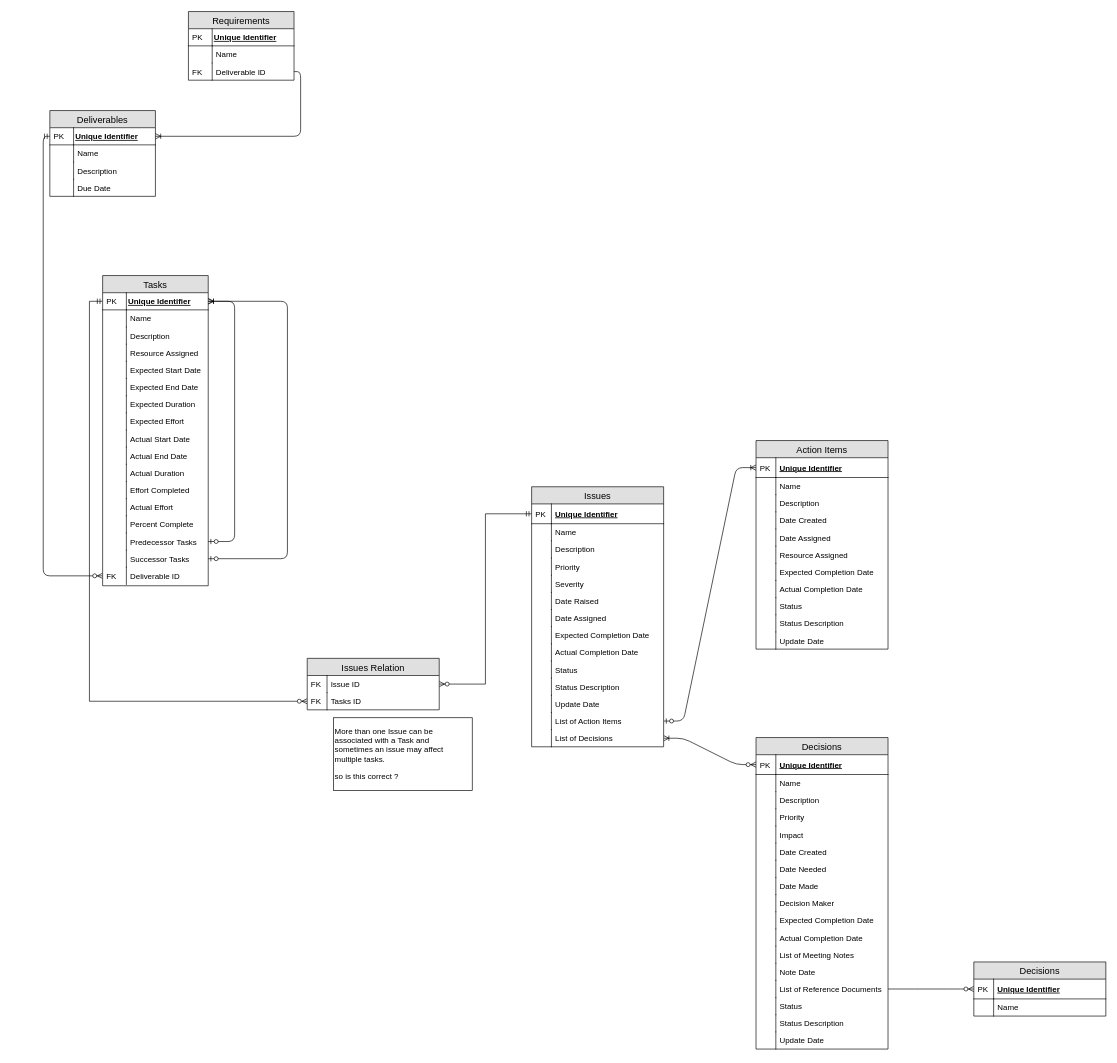
This is ERD.drawio from alicebalayan/comp380---project3, a draw.io file, before an edit. Source tidied: cells renumbered, new cells numbered last; positions are measured from the earlier drawing's top-left corner, leaving out a move shared by most shapes. Both pictures are drawn from the tidied source at 66%, with x=0, y=0 at pixel (50, 11).
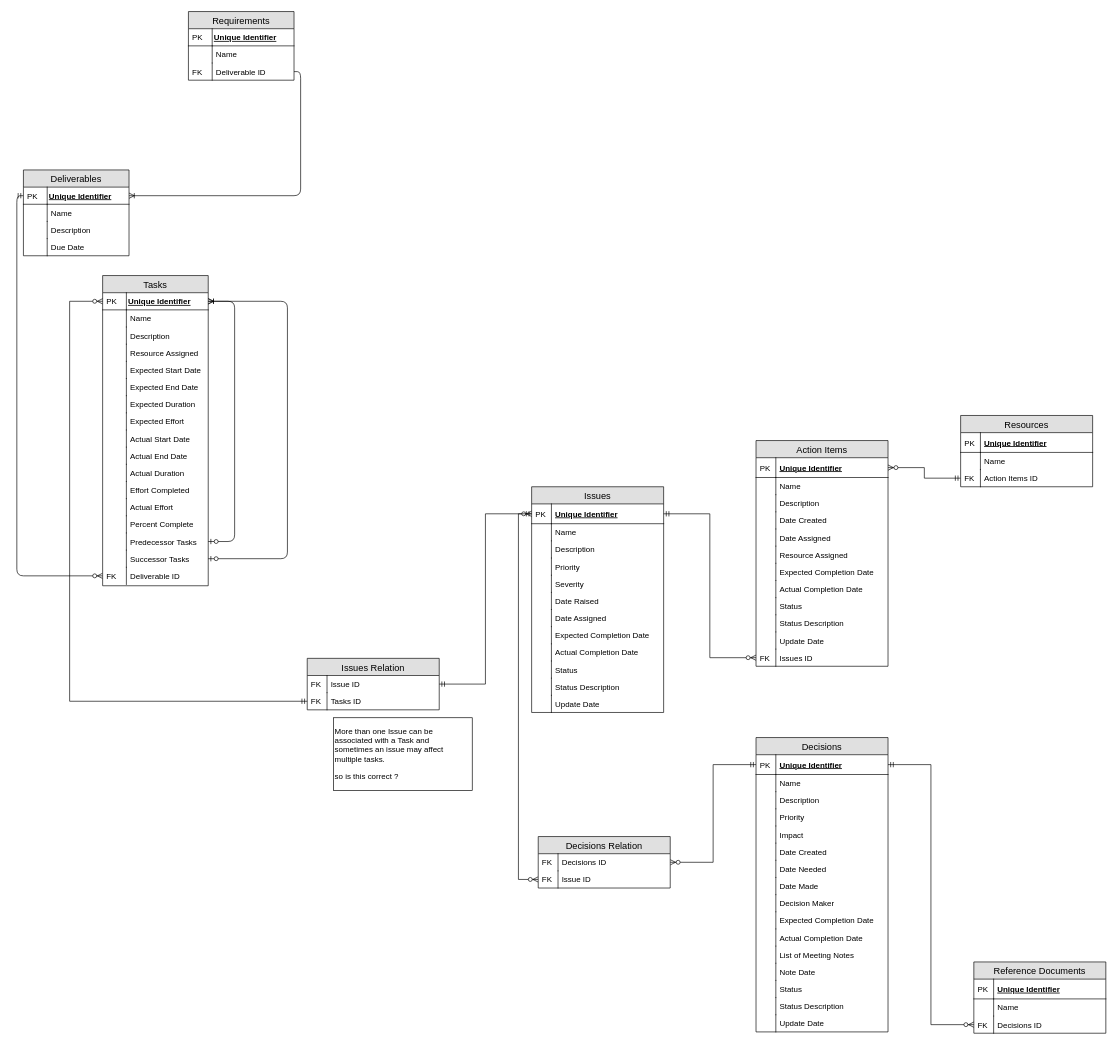
Above is the later version.

The change refers to these unchanged cells:
```xml
<mxCell id="5" value="Unique Identifier" style="shape=partialRectangle;top=0;left=0;right=0;bottom=1;align=left;verticalAlign=middle;fillColor=none;spacingLeft=34;spacingRight=4;overflow=hidden;points=[[0,0.5],[1,0.5]];portConstraint=eastwest;fontStyle=5;fontSize=12;" parent="4" vertex="1">
  <mxGeometry y="26" width="200" height="30" as="geometry" />
</mxCell>
<mxCell id="44" value="Unique Identifier" style="shape=partialRectangle;top=0;left=0;right=0;bottom=1;align=left;verticalAlign=middle;fillColor=none;spacingLeft=34;spacingRight=4;overflow=hidden;points=[[0,0.5],[1,0.5]];portConstraint=eastwest;fontStyle=5;fontSize=12;" parent="43" vertex="1">
  <mxGeometry y="26" width="200" height="30" as="geometry" />
</mxCell>
<mxCell id="80" value="Unique Identifier" style="shape=partialRectangle;top=0;left=0;right=0;bottom=1;align=left;verticalAlign=middle;fillColor=none;spacingLeft=34;spacingRight=4;overflow=hidden;points=[[0,0.5],[1,0.5]];portConstraint=eastwest;fontStyle=5;fontSize=12;" parent="79" vertex="1">
  <mxGeometry y="26" width="200" height="30" as="geometry" />
</mxCell>
<mxCell id="103" value="Unique Identifier" style="shape=partialRectangle;top=0;left=0;right=0;bottom=1;align=left;verticalAlign=middle;fillColor=none;spacingLeft=34;spacingRight=4;overflow=hidden;points=[[0,0.5],[1,0.5]];portConstraint=eastwest;fontStyle=5;fontSize=12;" parent="102" vertex="1">
  <mxGeometry y="26" width="200" height="30" as="geometry" />
</mxCell>
<mxCell id="119" value="Issue ID" style="shape=partialRectangle;top=0;left=0;right=0;bottom=0;align=left;verticalAlign=top;fillColor=none;spacingLeft=34;spacingRight=4;overflow=hidden;points=[[0,0.5],[1,0.5]];portConstraint=eastwest;fontSize=12;" parent="118" vertex="1">
  <mxGeometry y="26" width="200" height="26" as="geometry" />
</mxCell>
<mxCell id="121" value="Tasks ID" style="shape=partialRectangle;top=0;left=0;right=0;bottom=0;align=left;verticalAlign=top;fillColor=none;spacingLeft=34;spacingRight=4;overflow=hidden;points=[[0,0.5],[1,0.5]];portConstraint=eastwest;fontSize=12;" parent="118" vertex="1">
  <mxGeometry y="52" width="200" height="26" as="geometry" />
</mxCell>
<mxCell id="124" value="Unique Identifier" style="shape=partialRectangle;top=0;left=0;right=0;bottom=1;align=left;verticalAlign=middle;fillColor=none;spacingLeft=37;spacingRight=4;overflow=hidden;points=[[0,0.5],[1,0.5]];portConstraint=eastwest;fontStyle=5;" parent="123" vertex="1">
  <mxGeometry y="26" width="160" height="26" as="geometry" />
</mxCell>
```

The edit, as a diff of the source:
```diff
@@
-    <mxCell id="2" style="edgeStyle=entityRelationEdgeStyle;fontSize=12;html=1;endArrow=ERoneToMany;startArrow=ERzeroToOne;exitX=1;exitY=0.5;exitDx=0;exitDy=0;entryX=0;entryY=0.5;entryDx=0;entryDy=0;" parent="1" edge="1" source="29" target="80">
-      <mxGeometry relative="1" as="geometry" />
-    </mxCell>
-    <mxCell id="3" style="edgeStyle=entityRelationEdgeStyle;fontSize=12;html=1;endArrow=ERzeroToMany;startArrow=ERoneToMany;entryX=0;entryY=0.5;entryDx=0;entryDy=0;startFill=0;endFill=1;" parent="1" edge="1" source="31" target="44">
-      <mxGeometry relative="1" as="geometry" />
-    </mxCell>
     <mxCell id="4" value="Issues" style="swimlane;fontStyle=0;horizontal=1;startSize=26;fillColor=#e0e0e0;swimlaneFillColor=#ffffff;align=center;fontSize=14;" parent="1" vertex="1">
-      <mxGeometry x="730" y="720" width="200" height="394" as="geometry" />
+      <mxGeometry x="730" y="720" width="200" height="342" as="geometry" />
     </mxCell>
@@
-    <mxCell id="29" value="List of Action Items" style="shape=partialRectangle;top=0;left=0;right=0;bottom=0;align=left;verticalAlign=top;fillColor=none;spacingLeft=34;spacingRight=4;overflow=hidden;points=[[0,0.5],[1,0.5]];portConstraint=eastwest;fontSize=12;" parent="4" vertex="1">
-      <mxGeometry y="342" width="200" height="26" as="geometry" />
-    </mxCell>
-    <mxCell id="30" style="shape=partialRectangle;top=0;left=0;bottom=0;fillColor=none;align=left;verticalAlign=top;spacingLeft=4;spacingRight=4;overflow=hidden;fontSize=12;" parent="29" vertex="1">
-      <mxGeometry width="30" height="26" as="geometry" />
-    </mxCell>
-    <mxCell id="31" value="List of Decisions" style="shape=partialRectangle;top=0;left=0;right=0;bottom=0;align=left;verticalAlign=top;fillColor=none;spacingLeft=34;spacingRight=4;overflow=hidden;points=[[0,0.5],[1,0.5]];portConstraint=eastwest;fontSize=12;" parent="4" vertex="1">
-      <mxGeometry y="368" width="200" height="26" as="geometry" />
-    </mxCell>
-    <mxCell id="32" style="shape=partialRectangle;top=0;left=0;bottom=0;fillColor=none;align=left;verticalAlign=top;spacingLeft=4;spacingRight=4;overflow=hidden;fontSize=12;" parent="31" vertex="1">
-      <mxGeometry width="30" height="26" as="geometry" />
-    </mxCell>
-    <mxCell id="33" value="Deliverables" style="swimlane;fontStyle=0;horizontal=1;startSize=26;fontSize=14;fillColor=#e0e0e0;swimlaneFillColor=#ffffff;" parent="1" vertex="1">
-      <mxGeometry y="150" width="160" height="130" as="geometry" />
-    </mxCell>
-    <mxCell id="34" value="Unique Identifier" style="shape=partialRectangle;top=0;left=0;right=0;bottom=1;align=left;verticalAlign=middle;fillColor=none;spacingLeft=37;spacingRight=4;overflow=hidden;points=[[0,0.5],[1,0.5]];portConstraint=eastwest;fontStyle=5;" parent="33" vertex="1">
-      <mxGeometry y="26" width="160" height="26" as="geometry" />
-    </mxCell>
-    <mxCell id="35" value="PK" style="shape=partialRectangle;top=0;left=0;bottom=0;fillColor=none;align=left;verticalAlign=top;spacingLeft=4;spacingRight=4;overflow=hidden;" parent="34" vertex="1">
-      <mxGeometry width="36" height="26" as="geometry" />
-    </mxCell>
-    <mxCell id="36" value="Name" style="shape=partialRectangle;top=0;left=0;right=0;bottom=0;align=left;verticalAlign=top;fillColor=none;spacingLeft=40;spacingRight=4;overflow=hidden;rounded=0;shadow=0;strokeWidth=1;" parent="33" vertex="1">
-      <mxGeometry y="52" width="160" height="26" as="geometry" />
-    </mxCell>
-    <mxCell id="37" style="shape=partialRectangle;top=0;left=0;bottom=0;fillColor=none;align=left;verticalAlign=top;spacingLeft=4;spacingRight=4;overflow=hidden;" parent="36" vertex="1">
-      <mxGeometry width="36" height="26" as="geometry" />
-    </mxCell>
-    <mxCell id="38" value="Description" style="shape=partialRectangle;top=0;left=0;right=0;bottom=0;align=left;verticalAlign=top;fillColor=none;spacingLeft=40;spacingRight=4;overflow=hidden;rounded=0;shadow=0;strokeWidth=1;" parent="33" vertex="1">
-      <mxGeometry y="78" width="160" height="26" as="geometry" />
-    </mxCell>
-    <mxCell id="39" style="shape=partialRectangle;top=0;left=0;bottom=0;fillColor=none;align=left;verticalAlign=top;spacingLeft=4;spacingRight=4;overflow=hidden;" parent="38" vertex="1">
-      <mxGeometry width="36" height="26" as="geometry" />
-    </mxCell>
-    <mxCell id="40" value="Due Date" style="shape=partialRectangle;top=0;left=0;right=0;bottom=0;align=left;verticalAlign=top;fillColor=none;spacingLeft=40;spacingRight=4;overflow=hidden;rounded=0;shadow=0;strokeWidth=1;" parent="33" vertex="1">
-      <mxGeometry y="104" width="160" height="26" as="geometry" />
-    </mxCell>
-    <mxCell id="41" style="shape=partialRectangle;top=0;left=0;bottom=0;fillColor=none;align=left;verticalAlign=top;spacingLeft=4;spacingRight=4;overflow=hidden;" parent="40" vertex="1">
-      <mxGeometry width="36" height="26" as="geometry" />
-    </mxCell>
@@
     <mxCell id="43" value="Decisions" style="swimlane;fontStyle=0;horizontal=1;startSize=26;fillColor=#e0e0e0;swimlaneFillColor=#ffffff;align=center;fontSize=14;" parent="1" vertex="1">
-      <mxGeometry x="1070" y="1100" width="200" height="472" as="geometry" />
+      <mxGeometry x="1070" y="1100" width="200" height="446" as="geometry" />
     </mxCell>
@@
-    <mxCell id="70" value="List of Reference Documents" style="shape=partialRectangle;top=0;left=0;right=0;bottom=0;align=left;verticalAlign=top;fillColor=none;spacingLeft=34;spacingRight=4;overflow=hidden;points=[[0,0.5],[1,0.5]];portConstraint=eastwest;fontSize=12;" parent="43" vertex="1">
-      <mxGeometry y="368" width="200" height="26" as="geometry" />
-    </mxCell>
-    <mxCell id="71" style="shape=partialRectangle;top=0;left=0;bottom=0;fillColor=none;align=left;verticalAlign=top;spacingLeft=4;spacingRight=4;overflow=hidden;fontSize=12;" parent="70" vertex="1">
-      <mxGeometry width="30" height="26" as="geometry" />
-    </mxCell>
     <mxCell id="72" value="Status" style="shape=partialRectangle;top=0;left=0;right=0;bottom=0;align=left;verticalAlign=top;fillColor=none;spacingLeft=34;spacingRight=4;overflow=hidden;fontSize=12;" parent="43" vertex="1">
-      <mxGeometry y="394" width="200" height="26" as="geometry" />
+      <mxGeometry y="368" width="200" height="26" as="geometry" />
     </mxCell>
@@
     <mxCell id="74" value="Status Description" style="shape=partialRectangle;top=0;left=0;right=0;bottom=0;align=left;verticalAlign=top;fillColor=none;spacingLeft=34;spacingRight=4;overflow=hidden;fontSize=12;" parent="43" vertex="1">
-      <mxGeometry y="420" width="200" height="26" as="geometry" />
+      <mxGeometry y="394" width="200" height="26" as="geometry" />
     </mxCell>
@@
     <mxCell id="76" value="Update Date" style="shape=partialRectangle;top=0;left=0;right=0;bottom=0;align=left;verticalAlign=top;fillColor=none;spacingLeft=34;spacingRight=4;overflow=hidden;fontSize=12;" parent="43" vertex="1">
-      <mxGeometry y="446" width="200" height="26" as="geometry" />
+      <mxGeometry y="420" width="200" height="26" as="geometry" />
     </mxCell>
@@
-    <mxCell id="78" style="edgeStyle=entityRelationEdgeStyle;fontSize=12;html=1;endArrow=ERzeroToMany;endFill=1;exitX=1;exitY=0.5;exitDx=0;exitDy=0;entryX=0;entryY=0.5;entryDx=0;entryDy=0;" parent="1" edge="1" source="70" target="103">
-      <mxGeometry relative="1" as="geometry" />
-    </mxCell>
     <mxCell id="79" value="Action Items" style="swimlane;fontStyle=0;horizontal=1;startSize=26;fillColor=#e0e0e0;swimlaneFillColor=#ffffff;align=center;fontSize=14;" parent="1" vertex="1">
-      <mxGeometry x="1070" y="650" width="200" height="316" as="geometry" />
+      <mxGeometry x="1070" y="650" width="200" height="342" as="geometry" />
     </mxCell>
@@
+    <mxCell id="160" value="Issues ID" style="shape=partialRectangle;top=0;left=0;right=0;bottom=0;align=left;verticalAlign=top;fillColor=none;spacingLeft=34;spacingRight=4;overflow=hidden;points=[[0,0.5],[1,0.5]];portConstraint=eastwest;fontSize=12;" parent="79" vertex="1">
+      <mxGeometry y="316" width="200" height="26" as="geometry" />
+    </mxCell>
+    <mxCell id="161" value="FK" style="shape=partialRectangle;top=0;left=0;bottom=0;fillColor=none;align=left;verticalAlign=top;spacingLeft=4;spacingRight=4;overflow=hidden;fontSize=12;" parent="160" vertex="1">
+      <mxGeometry width="30" height="26" as="geometry" />
+    </mxCell>
-    <mxCell id="102" value="Decisions" style="swimlane;fontStyle=0;horizontal=1;startSize=26;fillColor=#e0e0e0;swimlaneFillColor=#ffffff;align=center;fontSize=14;" parent="1" vertex="1">
-      <mxGeometry x="1400" y="1440" width="200" height="82" as="geometry" />
+    <mxCell id="102" value="Reference Documents" style="swimlane;fontStyle=0;horizontal=1;startSize=26;fillColor=#e0e0e0;swimlaneFillColor=#ffffff;align=center;fontSize=14;" parent="1" vertex="1">
+      <mxGeometry x="1400" y="1440" width="200" height="108" as="geometry" />
     </mxCell>
@@
+    <mxCell id="162" value="Decisions ID" style="shape=partialRectangle;top=0;left=0;right=0;bottom=0;align=left;verticalAlign=top;fillColor=none;spacingLeft=34;spacingRight=4;overflow=hidden;points=[[0,0.5],[1,0.5]];portConstraint=eastwest;fontSize=12;" parent="102" vertex="1">
+      <mxGeometry y="82" width="200" height="26" as="geometry" />
+    </mxCell>
+    <mxCell id="163" value="FK" style="shape=partialRectangle;top=0;left=0;bottom=0;fillColor=none;align=left;verticalAlign=top;spacingLeft=4;spacingRight=4;overflow=hidden;fontSize=12;" parent="162" vertex="1">
+      <mxGeometry width="30" height="26" as="geometry" />
+    </mxCell>
@@
-    <mxCell id="115" style="edgeStyle=orthogonalEdgeStyle;rounded=0;jettySize=auto;html=1;entryX=0;entryY=0.5;entryDx=0;entryDy=0;startArrow=ERzeroToMany;startFill=1;endArrow=ERmandOne;endFill=0;" parent="1" edge="1" source="119" target="5">
-      <mxGeometry relative="1" as="geometry" />
-    </mxCell>
-    <mxCell id="116" style="edgeStyle=orthogonalEdgeStyle;rounded=0;jettySize=auto;html=1;exitX=0;exitY=0.5;exitDx=0;exitDy=0;startArrow=ERzeroToMany;startFill=1;endArrow=ERmandOne;endFill=0;entryX=0;entryY=0.5;entryDx=0;entryDy=0;" parent="1" edge="1" source="121" target="124">
-      <mxGeometry relative="1" as="geometry" />
-    </mxCell>
@@
+    <mxCell id="164" style="edgeStyle=orthogonalEdgeStyle;rounded=0;jettySize=auto;html=1;exitX=0;exitY=0.5;exitDx=0;exitDy=0;entryX=0;entryY=0.5;entryDx=0;entryDy=0;startArrow=ERzeroToMany;startFill=1;endArrow=ERmandOne;endFill=0;" parent="1" edge="1" source="124" target="121">
+      <mxGeometry relative="1" as="geometry">
+        <Array as="points">
+          <mxPoint x="30" y="439" />
+          <mxPoint x="30" y="1045" />
+        </Array>
+      </mxGeometry>
+    </mxCell>
+    <mxCell id="165" style="edgeStyle=orthogonalEdgeStyle;rounded=0;jettySize=auto;html=1;exitX=0;exitY=0.5;exitDx=0;exitDy=0;entryX=1;entryY=0.5;entryDx=0;entryDy=0;startArrow=ERzeroToMany;startFill=1;endArrow=ERmandOne;endFill=0;" parent="1" edge="1" source="5" target="119">
+      <mxGeometry relative="1" as="geometry" />
+    </mxCell>
+    <mxCell id="33" value="Deliverables" style="swimlane;fontStyle=0;horizontal=1;startSize=26;fontSize=14;fillColor=#e0e0e0;swimlaneFillColor=#ffffff;" parent="1" vertex="1">
+      <mxGeometry x="-40" y="240" width="160" height="130" as="geometry" />
+    </mxCell>
+    <mxCell id="34" value="Unique Identifier" style="shape=partialRectangle;top=0;left=0;right=0;bottom=1;align=left;verticalAlign=middle;fillColor=none;spacingLeft=37;spacingRight=4;overflow=hidden;points=[[0,0.5],[1,0.5]];portConstraint=eastwest;fontStyle=5;" parent="33" vertex="1">
+      <mxGeometry y="26" width="160" height="26" as="geometry" />
+    </mxCell>
+    <mxCell id="35" value="PK" style="shape=partialRectangle;top=0;left=0;bottom=0;fillColor=none;align=left;verticalAlign=top;spacingLeft=4;spacingRight=4;overflow=hidden;" parent="34" vertex="1">
+      <mxGeometry width="36" height="26" as="geometry" />
+    </mxCell>
+    <mxCell id="36" value="Name" style="shape=partialRectangle;top=0;left=0;right=0;bottom=0;align=left;verticalAlign=top;fillColor=none;spacingLeft=40;spacingRight=4;overflow=hidden;rounded=0;shadow=0;strokeWidth=1;" parent="33" vertex="1">
+      <mxGeometry y="52" width="160" height="26" as="geometry" />
+    </mxCell>
+    <mxCell id="37" style="shape=partialRectangle;top=0;left=0;bottom=0;fillColor=none;align=left;verticalAlign=top;spacingLeft=4;spacingRight=4;overflow=hidden;" parent="36" vertex="1">
+      <mxGeometry width="36" height="26" as="geometry" />
+    </mxCell>
+    <mxCell id="38" value="Description" style="shape=partialRectangle;top=0;left=0;right=0;bottom=0;align=left;verticalAlign=top;fillColor=none;spacingLeft=40;spacingRight=4;overflow=hidden;rounded=0;shadow=0;strokeWidth=1;" parent="33" vertex="1">
+      <mxGeometry y="78" width="160" height="26" as="geometry" />
+    </mxCell>
+    <mxCell id="39" style="shape=partialRectangle;top=0;left=0;bottom=0;fillColor=none;align=left;verticalAlign=top;spacingLeft=4;spacingRight=4;overflow=hidden;" parent="38" vertex="1">
+      <mxGeometry width="36" height="26" as="geometry" />
+    </mxCell>
+    <mxCell id="40" value="Due Date" style="shape=partialRectangle;top=0;left=0;right=0;bottom=0;align=left;verticalAlign=top;fillColor=none;spacingLeft=40;spacingRight=4;overflow=hidden;rounded=0;shadow=0;strokeWidth=1;" parent="33" vertex="1">
+      <mxGeometry y="104" width="160" height="26" as="geometry" />
+    </mxCell>
+    <mxCell id="41" style="shape=partialRectangle;top=0;left=0;bottom=0;fillColor=none;align=left;verticalAlign=top;spacingLeft=4;spacingRight=4;overflow=hidden;" parent="40" vertex="1">
+      <mxGeometry width="36" height="26" as="geometry" />
+    </mxCell>
+    <mxCell id="166" style="edgeStyle=elbowEdgeStyle;rounded=0;jettySize=auto;html=1;exitX=1;exitY=0.5;exitDx=0;exitDy=0;startArrow=ERzeroToMany;startFill=1;endArrow=ERmandOne;endFill=0;entryX=0;entryY=0.5;entryDx=0;entryDy=0;" parent="1" edge="1" source="80" target="172">
+      <mxGeometry relative="1" as="geometry" />
+    </mxCell>
+    <mxCell id="167" value="Resources" style="swimlane;fontStyle=0;horizontal=1;startSize=26;fillColor=#e0e0e0;swimlaneFillColor=#ffffff;align=center;fontSize=14;" parent="1" vertex="1">
+      <mxGeometry x="1380" y="612" width="200" height="108" as="geometry" />
+    </mxCell>
+    <mxCell id="168" value="Unique Identifier" style="shape=partialRectangle;top=0;left=0;right=0;bottom=1;align=left;verticalAlign=middle;fillColor=none;spacingLeft=34;spacingRight=4;overflow=hidden;fontStyle=5;fontSize=12;" parent="167" vertex="1">
+      <mxGeometry y="26" width="200" height="30" as="geometry" />
+    </mxCell>
+    <mxCell id="169" value="PK" style="shape=partialRectangle;top=0;left=0;bottom=0;fillColor=none;align=left;verticalAlign=middle;spacingLeft=4;spacingRight=4;overflow=hidden;fontSize=12;" parent="168" vertex="1">
+      <mxGeometry width="30" height="30" as="geometry" />
+    </mxCell>
+    <mxCell id="170" value="Name" style="shape=partialRectangle;top=0;left=0;right=0;bottom=0;align=left;verticalAlign=top;fillColor=none;spacingLeft=34;spacingRight=4;overflow=hidden;fontSize=12;" parent="167" vertex="1">
+      <mxGeometry y="56" width="200" height="26" as="geometry" />
+    </mxCell>
+    <mxCell id="171" style="shape=partialRectangle;top=0;left=0;bottom=0;fillColor=none;align=left;verticalAlign=top;spacingLeft=4;spacingRight=4;overflow=hidden;fontSize=12;" parent="170" vertex="1">
+      <mxGeometry width="30" height="26" as="geometry" />
+    </mxCell>
+    <mxCell id="172" value="Action Items ID&#10;" style="shape=partialRectangle;top=0;left=0;right=0;bottom=0;align=left;verticalAlign=top;fillColor=none;spacingLeft=34;spacingRight=4;overflow=hidden;points=[[0,0.5],[1,0.5]];portConstraint=eastwest;fontSize=12;" parent="167" vertex="1">
+      <mxGeometry y="82" width="200" height="26" as="geometry" />
+    </mxCell>
+    <mxCell id="173" value="FK" style="shape=partialRectangle;top=0;left=0;bottom=0;fillColor=none;align=left;verticalAlign=top;spacingLeft=4;spacingRight=4;overflow=hidden;fontSize=12;" parent="172" vertex="1">
+      <mxGeometry width="30" height="26" as="geometry" />
+    </mxCell>
+    <mxCell id="174" style="edgeStyle=elbowEdgeStyle;rounded=0;jettySize=auto;html=1;entryX=1;entryY=0.5;entryDx=0;entryDy=0;startArrow=ERzeroToMany;startFill=1;endArrow=ERmandOne;endFill=0;" parent="1" edge="1" source="160" target="5">
+      <mxGeometry relative="1" as="geometry" />
+    </mxCell>
+    <mxCell id="175" style="edgeStyle=elbowEdgeStyle;rounded=0;jettySize=auto;html=1;exitX=1;exitY=0.5;exitDx=0;exitDy=0;entryX=0;entryY=0.5;entryDx=0;entryDy=0;startArrow=ERzeroToMany;startFill=1;endArrow=ERmandOne;endFill=0;" parent="1" edge="1" source="178" target="44">
+      <mxGeometry relative="1" as="geometry" />
+    </mxCell>
+    <mxCell id="176" style="edgeStyle=orthogonalEdgeStyle;rounded=0;jettySize=auto;html=1;exitX=0;exitY=0.5;exitDx=0;exitDy=0;entryX=0;entryY=0.5;entryDx=0;entryDy=0;startArrow=ERzeroToMany;startFill=1;endArrow=ERmandOne;endFill=0;" parent="1" edge="1" source="180" target="5">
+      <mxGeometry relative="1" as="geometry" />
+    </mxCell>
+    <mxCell id="177" value="Decisions Relation" style="swimlane;fontStyle=0;horizontal=1;startSize=26;fillColor=#e0e0e0;swimlaneFillColor=#ffffff;align=center;fontSize=14;" parent="1" vertex="1">
+      <mxGeometry x="740" y="1250" width="200" height="78" as="geometry" />
+    </mxCell>
+    <mxCell id="178" value="Decisions ID" style="shape=partialRectangle;top=0;left=0;right=0;bottom=0;align=left;verticalAlign=top;fillColor=none;spacingLeft=34;spacingRight=4;overflow=hidden;points=[[0,0.5],[1,0.5]];portConstraint=eastwest;fontSize=12;" parent="177" vertex="1">
+      <mxGeometry y="26" width="200" height="26" as="geometry" />
+    </mxCell>
+    <mxCell id="179" value="FK" style="shape=partialRectangle;top=0;left=0;bottom=0;fillColor=none;align=left;verticalAlign=top;spacingLeft=4;spacingRight=4;overflow=hidden;fontSize=12;" parent="178" vertex="1">
+      <mxGeometry width="30" height="26" as="geometry" />
+    </mxCell>
+    <mxCell id="180" value="Issue ID" style="shape=partialRectangle;top=0;left=0;right=0;bottom=0;align=left;verticalAlign=top;fillColor=none;spacingLeft=34;spacingRight=4;overflow=hidden;points=[[0,0.5],[1,0.5]];portConstraint=eastwest;fontSize=12;" parent="177" vertex="1">
+      <mxGeometry y="52" width="200" height="26" as="geometry" />
+    </mxCell>
+    <mxCell id="181" value="FK" style="shape=partialRectangle;top=0;left=0;bottom=0;fillColor=none;align=left;verticalAlign=top;spacingLeft=4;spacingRight=4;overflow=hidden;fontSize=12;" parent="180" vertex="1">
+      <mxGeometry width="30" height="26" as="geometry" />
+    </mxCell>
+    <mxCell id="182" style="edgeStyle=orthogonalEdgeStyle;rounded=0;jettySize=auto;html=1;exitX=0;exitY=0.5;exitDx=0;exitDy=0;entryX=1;entryY=0.5;entryDx=0;entryDy=0;startArrow=ERzeroToMany;startFill=1;endArrow=ERmandOne;endFill=0;" parent="1" edge="1" source="162" target="44">
+      <mxGeometry relative="1" as="geometry" />
+    </mxCell>
```
